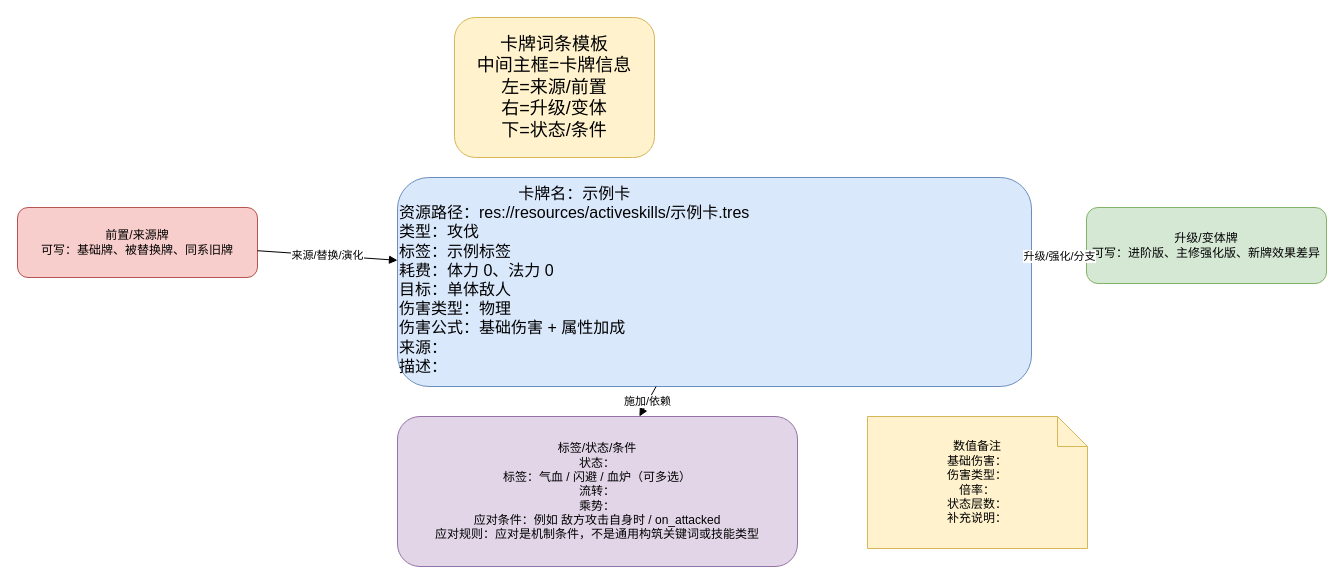
Earlier version of the draw.io diagram docs/卡牌词典/_卡牌模板.drawio (ankundanetracyc-spec/tian-guan-you-du). Source tidied: cells renumbered, new cells numbered last; positions are measured from the earlier drawing's top-left corner, leaving out a move shared by most shapes. Both pictures are drawn from the tidied source at 100%, with x=0, y=0 at pixel (17, 17).
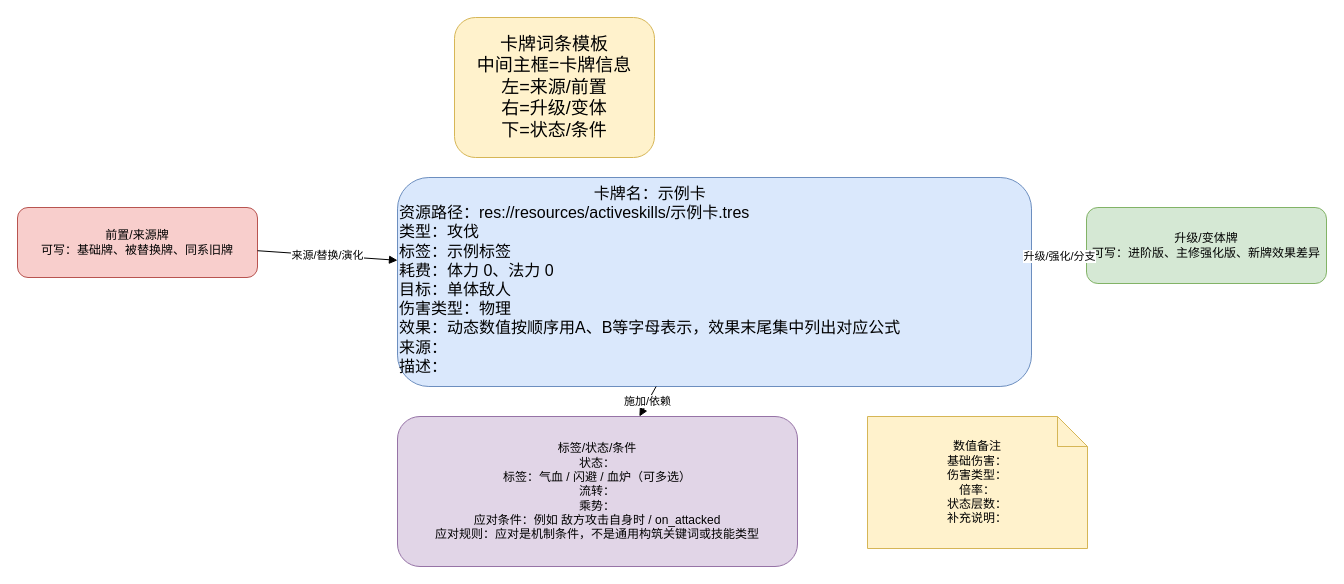
Above is the later version.

The edit, as a diff of the source:
```diff
@@
 <mxGraphModel>
   <root>
     <mxCell id="0" />
     <mxCell id="1" parent="0" />
     <mxCell id="2" value="卡牌词条模板&#10;中间主框=卡牌信息&#10;左=来源/前置&#10;右=升级/变体&#10;下=状态/条件" style="rounded=1;whiteSpace=wrap;html=1;fillColor=#fff2cc;strokeColor=#d6b656;fontSize=18;" parent="1" vertex="1">
       <mxGeometry x="437" width="200" height="140" as="geometry" />
     </mxCell>
-    <mxCell id="3" value="&lt;div style=&quot;text-align:center;&quot;&gt;卡牌名：示例卡&lt;/div&gt;&lt;div style=&quot;text-align:left;&quot;&gt;资源路径：res://resources/activeskills/示例卡.tres&lt;br&gt;类型：攻伐&lt;br&gt;标签：示例标签&lt;br&gt;耗费：体力 0、法力 0&lt;br&gt;目标：单体敌人&lt;br&gt;伤害类型：物理&lt;br&gt;伤害公式：基础伤害 + 属性加成&lt;br&gt;来源：&lt;br&gt;描述：&lt;/div&gt;" style="rounded=1;whiteSpace=wrap;html=1;fillColor=#dae8fc;strokeColor=#6c8ebf;fontSize=16;align=left;verticalAlign=top;" parent="1" vertex="1">
+    <mxCell id="3" value="&lt;div style=&quot;text-align:center;&quot;&gt;卡牌名：示例卡&lt;/div&gt;&lt;div style=&quot;text-align:left;&quot;&gt;资源路径：res://resources/activeskills/示例卡.tres&lt;br&gt;类型：攻伐&lt;br&gt;标签：示例标签&lt;br&gt;耗费：体力 0、法力 0&lt;br&gt;目标：单体敌人&lt;br&gt;伤害类型：物理&lt;br&gt;效果：动态数值按顺序用A、B等字母表示，效果末尾集中列出对应公式&lt;br&gt;来源：&lt;br&gt;描述：&lt;/div&gt;" style="rounded=1;whiteSpace=wrap;html=1;fillColor=#dae8fc;strokeColor=#6c8ebf;fontSize=16;align=left;verticalAlign=top;" parent="1" vertex="1">
       <mxGeometry x="380" y="160" width="634" height="209" as="geometry" />
     </mxCell>
     <mxCell id="4" value="前置/来源牌&#10;可写：基础牌、被替换牌、同系旧牌" style="rounded=1;whiteSpace=wrap;html=1;fillColor=#f8cecc;strokeColor=#b85450;" parent="1" vertex="1">
       <mxGeometry y="190" width="240" height="70" as="geometry" />
     </mxCell>
     <mxCell id="5" value="升级/变体牌&#10;可写：进阶版、主修强化版、新牌效果差异" style="rounded=1;whiteSpace=wrap;html=1;fillColor=#d5e8d4;strokeColor=#82b366;" parent="1" vertex="1">
       <mxGeometry x="1069" y="190" width="240" height="76" as="geometry" />
     </mxCell>
     <mxCell id="6" value="标签/状态/条件&#10;状态：&#10;标签：气血 / 闪避 / 血炉（可多选）&#10;流转：&#10;乘势：&#10;应对条件：例如 敌方攻击自身时 / on_attacked&#10;应对规则：应对是机制条件，不是通用构筑关键词或技能类型" style="rounded=1;whiteSpace=wrap;html=1;fillColor=#e1d5e7;strokeColor=#9673a6;" parent="1" vertex="1">
       <mxGeometry x="380" y="399" width="400" height="150" as="geometry" />
     </mxCell>
     <mxCell id="7" value="数值备注&#10;基础伤害：&#10;伤害类型：&#10;倍率：&#10;状态层数：&#10;补充说明：" style="shape=note;whiteSpace=wrap;html=1;fillColor=#fff2cc;strokeColor=#d6b656;" parent="1" vertex="1">
       <mxGeometry x="850" y="399" width="220" height="132" as="geometry" />
     </mxCell>
     <mxCell id="8" value="来源/替换/演化" style="endArrow=block;html=1;rounded=0;" parent="1" edge="1" source="4" target="3">
       <mxGeometry relative="1" as="geometry" />
     </mxCell>
     <mxCell id="9" value="升级/强化/分支" style="endArrow=block;html=1;rounded=0;" parent="1" edge="1" source="3" target="5">
       <mxGeometry relative="1" as="geometry" />
     </mxCell>
     <mxCell id="10" value="施加/依赖" style="endArrow=block;html=1;rounded=0;" parent="1" edge="1" source="3" target="6">
       <mxGeometry relative="1" as="geometry" />
     </mxCell>
   </root>
 </mxGraphModel>
```
